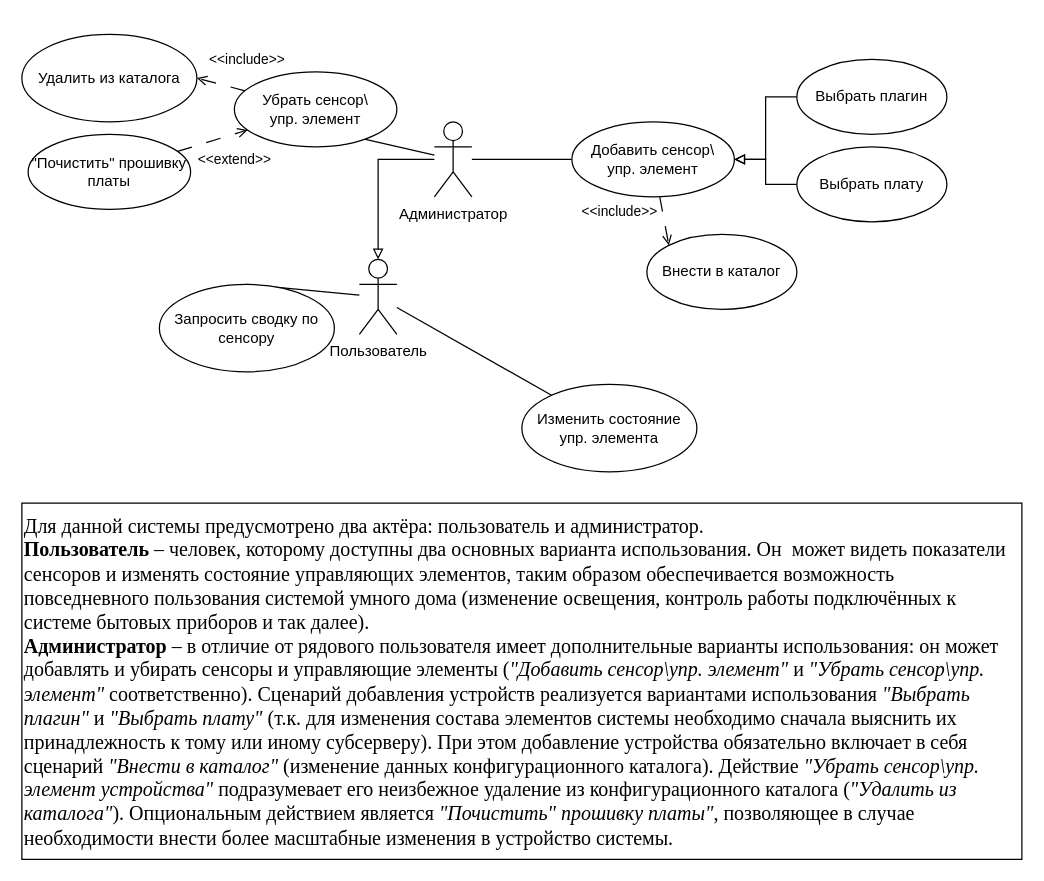
Before: LAb4/Usecases.drawio in tireks/OOAP, a draw.io diagram. Source tidied: cells renumbered, new cells numbered last; positions are measured from the earlier drawing's top-left corner, leaving out a move shared by most shapes. Both pictures are drawn from the tidied source at 125%, with x=0, y=0 at pixel (21, 34).
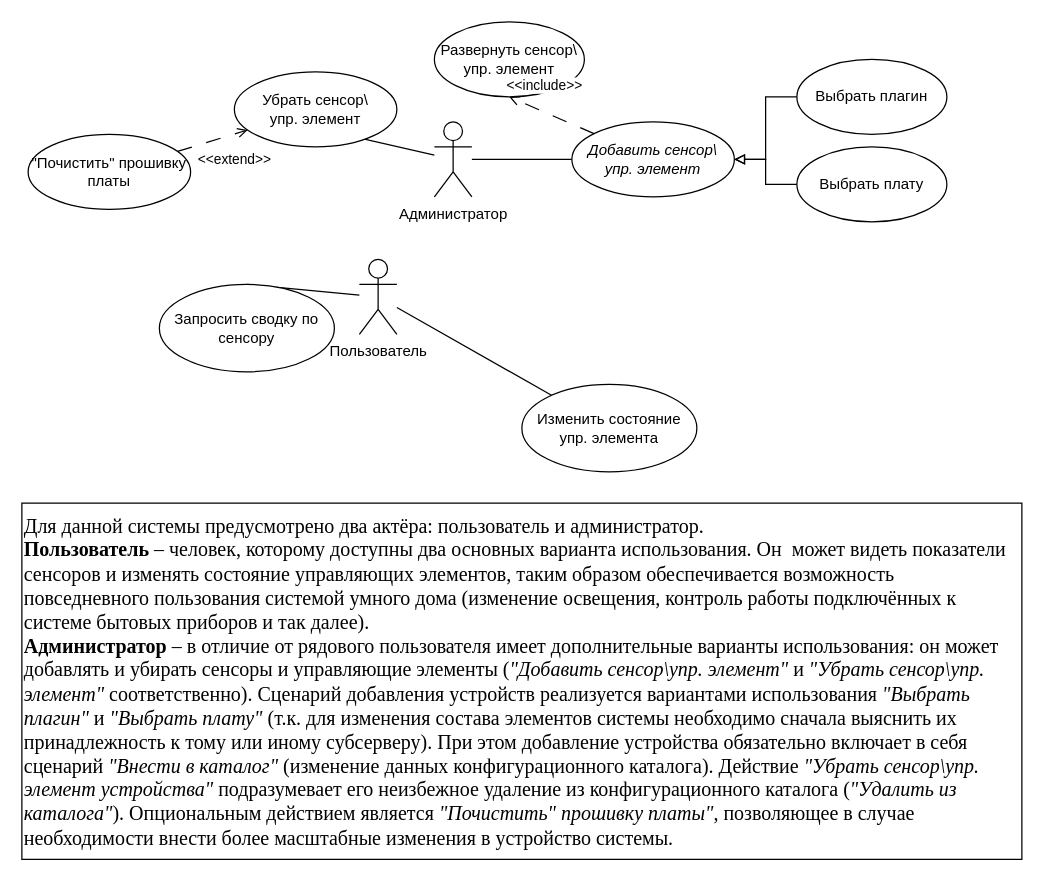
Above is the later version.

The change refers to these unchanged cells:
```xml
<mxCell id="4" value="Администратор" style="shape=umlActor;verticalLabelPosition=bottom;verticalAlign=top;html=1;" parent="1" vertex="1">
  <mxGeometry x="330" y="70" width="30" height="60" as="geometry" />
</mxCell>
<mxCell id="9" value="Пользователь" style="shape=umlActor;verticalLabelPosition=bottom;verticalAlign=top;html=1;" parent="1" vertex="1">
  <mxGeometry x="270" y="180" width="30" height="60" as="geometry" />
</mxCell>
<mxCell id="19" value="Убрать сенсор\&lt;br&gt;упр. элемент" style="ellipse;whiteSpace=wrap;html=1;" parent="1" vertex="1">
  <mxGeometry x="170" y="30" width="130" height="60" as="geometry" />
</mxCell>
```

The edit, as a diff of the source:
```diff
@@
-    <mxCell id="5" value="&amp;lt;&amp;lt;include&amp;gt;&amp;gt;" style="rounded=0;jettySize=auto;html=1;entryX=0;entryY=0;entryDx=0;entryDy=0;endArrow=open;endFill=0;dashed=1;dashPattern=12 12;" parent="1" edge="1" source="6" target="14">
-      <mxGeometry x="-0.68" y="-34" relative="1" as="geometry" />
-    </mxCell>
-    <mxCell id="6" value="Добавить сенсор\&lt;br&gt;упр. элемент" style="ellipse;whiteSpace=wrap;html=1;" parent="1" vertex="1">
+    <mxCell id="6" value="&lt;i&gt;Добавить сенсор\&lt;br&gt;упр. элемент&lt;/i&gt;" style="ellipse;whiteSpace=wrap;html=1;" parent="1" vertex="1">
       <mxGeometry x="440" y="70" width="130" height="60" as="geometry" />
     </mxCell>
@@
-    <mxCell id="14" value="Внести в каталог" style="ellipse;whiteSpace=wrap;html=1;" parent="1" vertex="1">
-      <mxGeometry x="500" y="160" width="120" height="60" as="geometry" />
+    <mxCell id="14" value="Развернуть сенсор\&lt;br&gt;упр. элемент" style="ellipse;whiteSpace=wrap;html=1;" parent="1" vertex="1">
+      <mxGeometry x="330" y="-10" width="120" height="60" as="geometry" />
     </mxCell>
@@
-    <mxCell id="17" style="edgeStyle=orthogonalEdgeStyle;rounded=0;jettySize=auto;html=1;entryX=0.5;entryY=0;entryDx=0;entryDy=0;entryPerimeter=0;endArrow=block;endFill=0;" parent="1" edge="1" source="4" target="9">
-      <mxGeometry relative="1" as="geometry" />
-    </mxCell>
-    <mxCell id="18" value="&amp;lt;&amp;lt;include&amp;gt;&amp;gt;" style="rounded=0;jettySize=auto;html=1;entryX=1;entryY=0.5;entryDx=0;entryDy=0;dashed=1;dashPattern=12 12;endArrow=open;endFill=0;" parent="1" edge="1" source="19" target="20">
-      <mxGeometry x="-0.75" y="-25" relative="1" as="geometry" />
-    </mxCell>
@@
-    <mxCell id="20" value="Удалить из каталога" style="ellipse;whiteSpace=wrap;html=1;" parent="1" vertex="1">
-      <mxGeometry width="140" height="70" as="geometry" />
-    </mxCell>
@@
+    <mxCell id="5" value="&amp;lt;&amp;lt;include&amp;gt;&amp;gt;" style="rounded=0;jettySize=auto;html=1;dashed=1;dashPattern=12 12;endArrow=open;endFill=0;entryX=0.5;entryY=1;entryDx=0;entryDy=0;" parent="1" edge="1" source="6" target="14">
+      <mxGeometry x="0.42" y="-19" relative="1" as="geometry" />
+    </mxCell>
```
